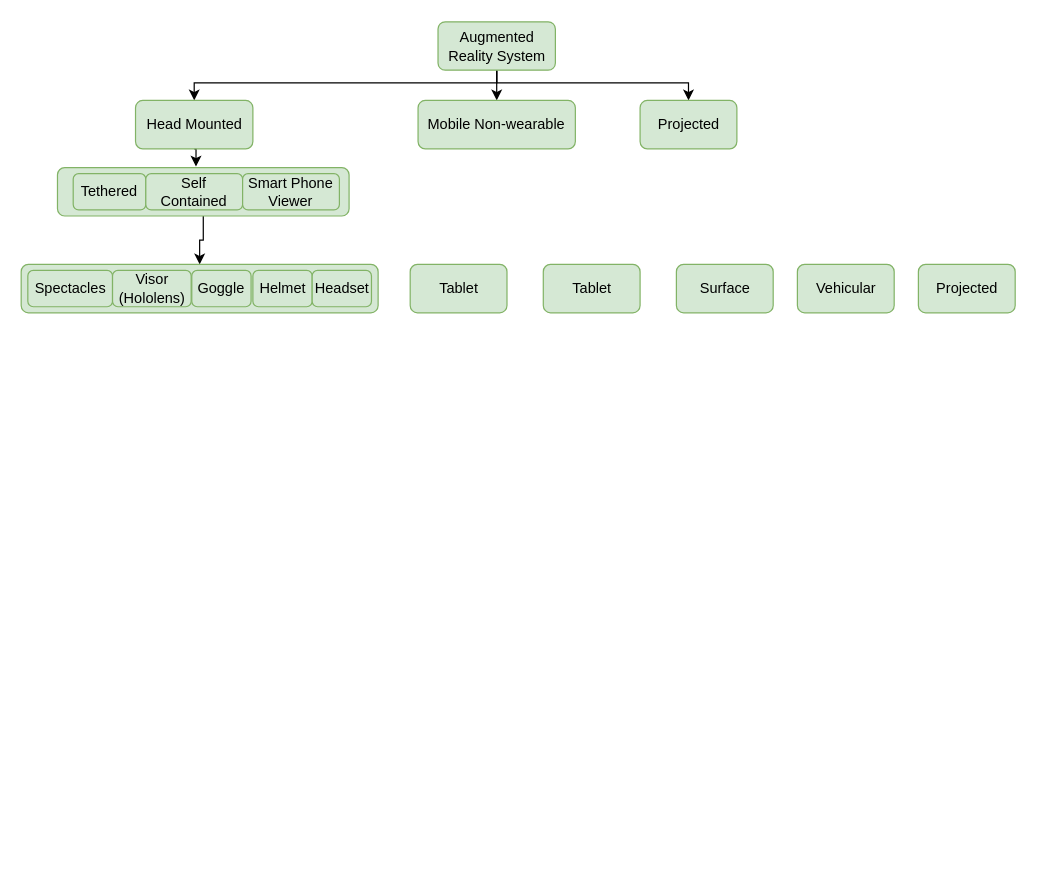
kitylam9/Survey-on-Intelligent-user-interface-for-AugmentedReality keeps this draw.io diagram as device type.drawio. Above is the earlier version. Source tidied: cells renumbered, new cells numbered last; positions are measured from the earlier drawing's top-left corner, leaving out a move shared by most shapes. Both pictures are drawn from the tidied source at 121%, with x=0, y=0 at pixel (21, 22).
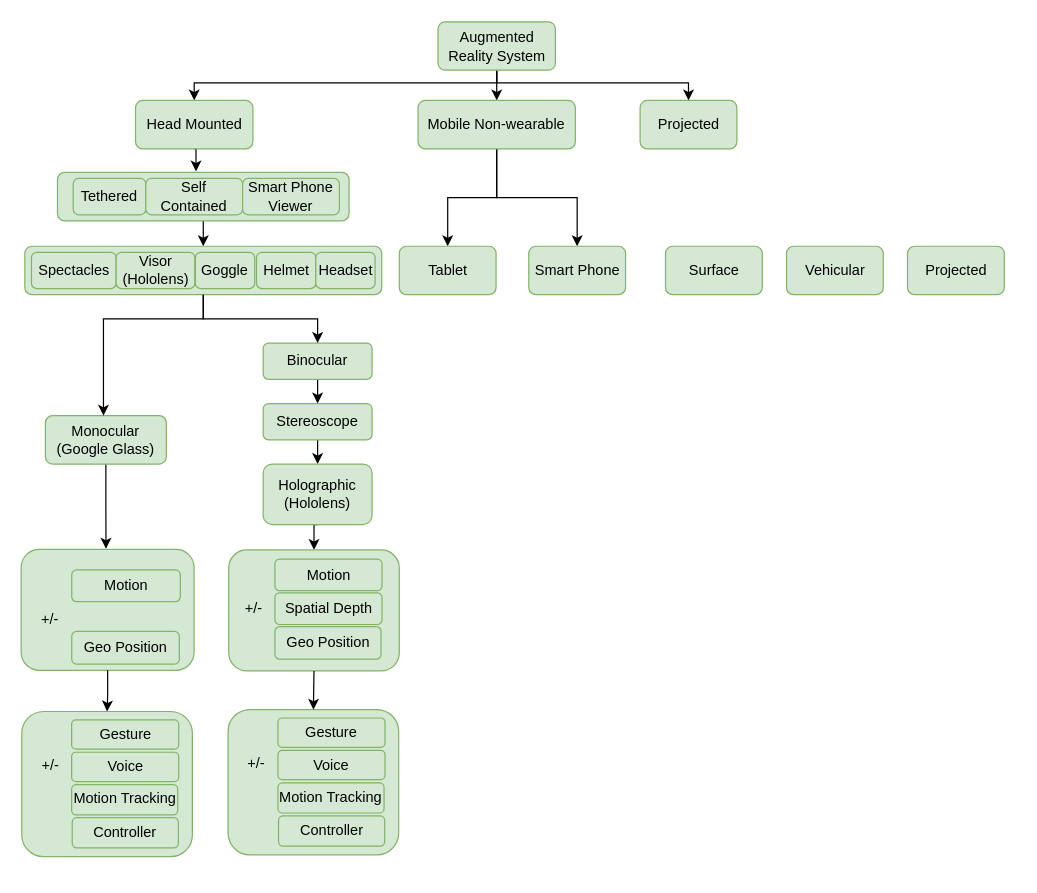
The same page after the edit.

Unchanged cells that the change refers to:
```xml
<mxCell id="8" value="Mobile Non-wearable" style="rounded=1;whiteSpace=wrap;html=1;fillColor=#d5e8d4;strokeColor=#82b366;" parent="1" vertex="1">
  <mxGeometry x="328" y="64.5" width="130" height="40" as="geometry" />
</mxCell>
<mxCell id="17" style="rounded=1;whiteSpace=wrap;html=1;fillColor=#d5e8d4;strokeColor=#82b366;" parent="16" vertex="1">
  <mxGeometry width="295" height="40" as="geometry" />
</mxCell>
```

Diff of the diagram source:
```diff
@@
+    <mxCell id="28" style="edgeStyle=orthogonalEdgeStyle;rounded=0;jettySize=auto;html=1;exitX=0.5;exitY=1;exitDx=0;exitDy=0;entryX=0.5;entryY=0;entryDx=0;entryDy=0;" parent="1" edge="1" source="8" target="13">
+      <mxGeometry relative="1" as="geometry" />
+    </mxCell>
+    <mxCell id="29" style="edgeStyle=orthogonalEdgeStyle;rounded=0;jettySize=auto;html=1;exitX=0.5;exitY=1;exitDx=0;exitDy=0;entryX=0.5;entryY=0;entryDx=0;entryDy=0;" parent="1" edge="1" source="8" target="14">
+      <mxGeometry relative="1" as="geometry" />
+    </mxCell>
@@
     <mxCell id="10" value="Surface" style="rounded=1;whiteSpace=wrap;html=1;fillColor=#d5e8d4;strokeColor=#82b366;" parent="1" vertex="1">
-      <mxGeometry x="541.5" y="200" width="80" height="40" as="geometry" />
+      <mxGeometry x="532.5" y="185" width="80" height="40" as="geometry" />
     </mxCell>
     <mxCell id="11" value="Vehicular" style="rounded=1;whiteSpace=wrap;html=1;fillColor=#d5e8d4;strokeColor=#82b366;" parent="1" vertex="1">
-      <mxGeometry x="641.5" y="200" width="80" height="40" as="geometry" />
+      <mxGeometry x="632.5" y="185" width="80" height="40" as="geometry" />
     </mxCell>
     <mxCell id="12" value="Projected" style="rounded=1;whiteSpace=wrap;html=1;fillColor=#d5e8d4;strokeColor=#82b366;" parent="1" vertex="1">
-      <mxGeometry x="741.5" y="200" width="80" height="40" as="geometry" />
+      <mxGeometry x="732.5" y="185" width="80" height="40" as="geometry" />
     </mxCell>
     <mxCell id="13" value="Tablet" style="rounded=1;whiteSpace=wrap;html=1;fillColor=#d5e8d4;strokeColor=#82b366;" parent="1" vertex="1">
-      <mxGeometry x="321.5" y="200" width="80" height="40" as="geometry" />
+      <mxGeometry x="312.5" y="185" width="80" height="40" as="geometry" />
     </mxCell>
-    <mxCell id="14" value="Tablet" style="rounded=1;whiteSpace=wrap;html=1;fillColor=#d5e8d4;strokeColor=#82b366;" parent="1" vertex="1">
-      <mxGeometry x="431.5" y="200" width="80" height="40" as="geometry" />
+    <mxCell id="14" value="Smart Phone" style="rounded=1;whiteSpace=wrap;html=1;fillColor=#d5e8d4;strokeColor=#82b366;" parent="1" vertex="1">
+      <mxGeometry x="419.5" y="185" width="80" height="40" as="geometry" />
     </mxCell>
@@
     <mxCell id="16" style="group;" parent="1" vertex="1">
-      <mxGeometry y="200" width="295" height="40" as="geometry" />
+      <mxGeometry x="3" y="185" width="295" height="40" as="geometry" />
     </mxCell>
@@
     <mxCell id="23" style="group;" parent="1" vertex="1">
-      <mxGeometry x="30" y="120" width="241" height="40" as="geometry" />
+      <mxGeometry x="30" y="124" width="241" height="40" as="geometry" />
     </mxCell>
@@
+    <mxCell id="30" style="edgeStyle=orthogonalEdgeStyle;rounded=0;jettySize=auto;html=1;exitX=0.5;exitY=1;exitDx=0;exitDy=0;" parent="1" edge="1" source="31">
+      <mxGeometry relative="1" as="geometry">
+        <mxPoint x="70.1" y="435" as="targetPoint" />
+      </mxGeometry>
+    </mxCell>
+    <mxCell id="31" value="Monocular&lt;br&gt;(Google Glass)&lt;br&gt;" style="rounded=1;whiteSpace=wrap;html=1;fillColor=#d5e8d4;strokeColor=#82b366;" parent="1" vertex="1">
+      <mxGeometry x="20" y="325" width="100" height="40" as="geometry" />
+    </mxCell>
+    <mxCell id="32" style="edgeStyle=orthogonalEdgeStyle;rounded=0;jettySize=auto;html=1;exitX=0.5;exitY=1;exitDx=0;exitDy=0;entryX=0.5;entryY=0;entryDx=0;entryDy=0;" parent="1" edge="1" source="33" target="35">
+      <mxGeometry relative="1" as="geometry" />
+    </mxCell>
+    <mxCell id="33" value="Binocular" style="rounded=1;whiteSpace=wrap;html=1;fillColor=#d5e8d4;strokeColor=#82b366;" parent="1" vertex="1">
+      <mxGeometry x="200" y="265" width="90" height="30" as="geometry" />
+    </mxCell>
+    <mxCell id="34" style="edgeStyle=orthogonalEdgeStyle;rounded=0;jettySize=auto;html=1;exitX=0.5;exitY=1;exitDx=0;exitDy=0;entryX=0.5;entryY=0;entryDx=0;entryDy=0;" parent="1" edge="1" source="35" target="39">
+      <mxGeometry relative="1" as="geometry" />
+    </mxCell>
+    <mxCell id="35" value="Stereoscope" style="rounded=1;whiteSpace=wrap;html=1;fillColor=#d5e8d4;strokeColor=#82b366;" parent="1" vertex="1">
+      <mxGeometry x="200" y="315" width="90" height="30" as="geometry" />
+    </mxCell>
+    <mxCell id="36" style="edgeStyle=orthogonalEdgeStyle;rounded=0;jettySize=auto;html=1;exitX=0.5;exitY=1;exitDx=0;exitDy=0;" parent="1" edge="1" source="17" target="31">
+      <mxGeometry relative="1" as="geometry">
+        <Array as="points">
+          <mxPoint x="151" y="245" />
+          <mxPoint x="68" y="245" />
+        </Array>
+      </mxGeometry>
+    </mxCell>
+    <mxCell id="37" style="edgeStyle=orthogonalEdgeStyle;rounded=0;jettySize=auto;html=1;exitX=0.5;exitY=1;exitDx=0;exitDy=0;entryX=0.5;entryY=0;entryDx=0;entryDy=0;" parent="1" edge="1" source="17" target="33">
+      <mxGeometry relative="1" as="geometry" />
+    </mxCell>
+    <mxCell id="38" style="edgeStyle=orthogonalEdgeStyle;rounded=0;jettySize=auto;html=1;exitX=0.5;exitY=1;exitDx=0;exitDy=0;entryX=0.5;entryY=0;entryDx=0;entryDy=0;" parent="1" edge="1" source="39" target="42">
+      <mxGeometry relative="1" as="geometry" />
+    </mxCell>
+    <mxCell id="39" value="Holographic&lt;br&gt;(Hololens)&lt;br&gt;" style="rounded=1;whiteSpace=wrap;html=1;fillColor=#d5e8d4;strokeColor=#82b366;" parent="1" vertex="1">
+      <mxGeometry x="200" y="365" width="90" height="50" as="geometry" />
+    </mxCell>
+    <mxCell id="40" style="group;" parent="1" vertex="1">
+      <mxGeometry x="168.5" y="436" width="148" height="105" as="geometry" />
+    </mxCell>
+    <mxCell id="41" style="group;" parent="40" vertex="1">
+      <mxGeometry width="148" height="105" as="geometry" />
+    </mxCell>
+    <mxCell id="42" style="rounded=1;whiteSpace=wrap;html=1;fillColor=#d5e8d4;strokeColor=#82b366;" parent="41" vertex="1">
+      <mxGeometry x="3" width="141" height="100" as="geometry" />
+    </mxCell>
+    <mxCell id="43" value="Motion" style="rounded=1;whiteSpace=wrap;html=1;fillColor=#d5e8d4;strokeColor=#82b366;" parent="41" vertex="1">
+      <mxGeometry x="41.2" y="7.5" width="88.5" height="26.2" as="geometry" />
+    </mxCell>
+    <mxCell id="44" value="Spatial Depth" style="rounded=1;whiteSpace=wrap;html=1;fillColor=#d5e8d4;strokeColor=#82b366;" parent="41" vertex="1">
+      <mxGeometry x="41.2" y="35.4" width="88.5" height="26.2" as="geometry" />
+    </mxCell>
+    <mxCell id="45" value="Geo Position" style="rounded=1;whiteSpace=wrap;html=1;fillColor=#d5e8d4;strokeColor=#82b366;" parent="41" vertex="1">
+      <mxGeometry x="41.2" y="63.3" width="87.7" height="27" as="geometry" />
+    </mxCell>
+    <mxCell id="46" value="+/-" style="text;html=1;strokeColor=none;fillColor=none;align=center;verticalAlign=middle;whiteSpace=wrap;rounded=0;" parent="41" vertex="1">
+      <mxGeometry x="6.2" y="38.5" width="35.2" height="20" as="geometry" />
+    </mxCell>
+    <mxCell id="47" style="group;" parent="1" vertex="1">
+      <mxGeometry x="171" y="573" width="148" height="130" as="geometry" />
+    </mxCell>
+    <mxCell id="48" style="group;" parent="47" vertex="1">
+      <mxGeometry width="148" height="120" as="geometry" />
+    </mxCell>
+    <mxCell id="49" style="rounded=1;whiteSpace=wrap;html=1;fillColor=#d5e8d4;strokeColor=#82b366;" parent="48" vertex="1">
+      <mxGeometry y="-5" width="141" height="120" as="geometry" />
+    </mxCell>
+    <mxCell id="50" value="Gesture" style="rounded=1;whiteSpace=wrap;html=1;fillColor=#d5e8d4;strokeColor=#82b366;" parent="48" vertex="1">
+      <mxGeometry x="41.2" y="1.9" width="88.5" height="24.2" as="geometry" />
+    </mxCell>
+    <mxCell id="51" value="Voice" style="rounded=1;whiteSpace=wrap;html=1;fillColor=#d5e8d4;strokeColor=#82b366;" parent="48" vertex="1">
+      <mxGeometry x="41.2" y="28.7" width="88.5" height="24.2" as="geometry" />
+    </mxCell>
+    <mxCell id="52" value="Motion Tracking" style="rounded=1;whiteSpace=wrap;html=1;fillColor=#d5e8d4;strokeColor=#82b366;" parent="48" vertex="1">
+      <mxGeometry x="41.2" y="55.5" width="87.7" height="24.9" as="geometry" />
+    </mxCell>
+    <mxCell id="53" value="+/-" style="text;html=1;strokeColor=none;fillColor=none;align=center;verticalAlign=middle;whiteSpace=wrap;rounded=0;" parent="48" vertex="1">
+      <mxGeometry x="6.2" y="30.5" width="35.2" height="18.5" as="geometry" />
+    </mxCell>
+    <mxCell id="54" value="Controller" style="rounded=1;whiteSpace=wrap;html=1;fillColor=#d5e8d4;strokeColor=#82b366;" parent="48" vertex="1">
+      <mxGeometry x="41.7" y="82.8" width="87.7" height="24.9" as="geometry" />
+    </mxCell>
+    <mxCell id="55" style="group;" parent="1" vertex="1">
+      <mxGeometry y="445" width="150" height="105" as="geometry" />
+    </mxCell>
+    <mxCell id="56" style="group;" parent="55" vertex="1">
+      <mxGeometry width="150" height="105" as="geometry" />
+    </mxCell>
+    <mxCell id="57" style="rounded=1;whiteSpace=wrap;html=1;fillColor=#d5e8d4;strokeColor=#82b366;" parent="56" vertex="1">
+      <mxGeometry y="-9.5" width="142.9" height="100" as="geometry" />
+    </mxCell>
+    <mxCell id="58" value="Motion" style="rounded=1;whiteSpace=wrap;html=1;fillColor=#d5e8d4;strokeColor=#82b366;" parent="56" vertex="1">
+      <mxGeometry x="41.8" y="7.5" width="89.7" height="26.2" as="geometry" />
+    </mxCell>
+    <mxCell id="59" value="Geo Position" style="rounded=1;whiteSpace=wrap;html=1;fillColor=#d5e8d4;strokeColor=#82b366;" parent="56" vertex="1">
+      <mxGeometry x="41.8" y="58.3" width="88.9" height="27" as="geometry" />
+    </mxCell>
+    <mxCell id="60" value="+/-" style="text;html=1;strokeColor=none;fillColor=none;align=center;verticalAlign=middle;whiteSpace=wrap;rounded=0;" parent="56" vertex="1">
+      <mxGeometry x="6.2" y="38.5" width="35.7" height="20" as="geometry" />
+    </mxCell>
+    <mxCell id="61" style="group;" parent="1" vertex="1">
+      <mxGeometry x="0.5" y="569.5" width="148" height="120" as="geometry" />
+    </mxCell>
+    <mxCell id="62" style="rounded=1;whiteSpace=wrap;html=1;fillColor=#d5e8d4;strokeColor=#82b366;" parent="61" vertex="1">
+      <mxGeometry width="141" height="120" as="geometry" />
+    </mxCell>
+    <mxCell id="63" value="Gesture" style="rounded=1;whiteSpace=wrap;html=1;fillColor=#d5e8d4;strokeColor=#82b366;" parent="61" vertex="1">
+      <mxGeometry x="41.2" y="6.9" width="88.5" height="24.2" as="geometry" />
+    </mxCell>
+    <mxCell id="64" value="Voice" style="rounded=1;whiteSpace=wrap;html=1;fillColor=#d5e8d4;strokeColor=#82b366;" parent="61" vertex="1">
+      <mxGeometry x="41.2" y="33.7" width="88.5" height="24.2" as="geometry" />
+    </mxCell>
+    <mxCell id="65" value="Motion Tracking" style="rounded=1;whiteSpace=wrap;html=1;fillColor=#d5e8d4;strokeColor=#82b366;" parent="61" vertex="1">
+      <mxGeometry x="41.2" y="60.5" width="87.7" height="24.9" as="geometry" />
+    </mxCell>
+    <mxCell id="66" value="+/-" style="text;html=1;strokeColor=none;fillColor=none;align=center;verticalAlign=middle;whiteSpace=wrap;rounded=0;" parent="61" vertex="1">
+      <mxGeometry x="6.2" y="35.5" width="35.2" height="18.5" as="geometry" />
+    </mxCell>
+    <mxCell id="67" value="Controller" style="rounded=1;whiteSpace=wrap;html=1;fillColor=#d5e8d4;strokeColor=#82b366;" parent="61" vertex="1">
+      <mxGeometry x="41.7" y="87.8" width="87.7" height="24.9" as="geometry" />
+    </mxCell>
+    <mxCell id="68" style="edgeStyle=orthogonalEdgeStyle;rounded=0;jettySize=auto;html=1;exitX=0.5;exitY=1;exitDx=0;exitDy=0;" parent="1" edge="1" source="57" target="62">
+      <mxGeometry relative="1" as="geometry" />
+    </mxCell>
+    <mxCell id="69" style="edgeStyle=orthogonalEdgeStyle;rounded=0;jettySize=auto;html=1;exitX=0.5;exitY=1;exitDx=0;exitDy=0;entryX=0.5;entryY=0;entryDx=0;entryDy=0;" parent="1" edge="1" source="42" target="49">
+      <mxGeometry relative="1" as="geometry" />
+    </mxCell>
```
